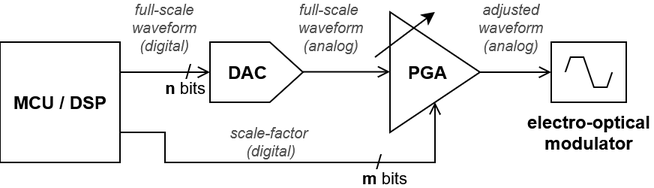
Above: img/dedicated_gain_stage.png in slawomir-niespodziany/sdk_modulator (draw.io), before the change. Source tidied: cells renumbered, new cells last; positions are measured from the earlier drawing's top-left corner, leaving out a move shared by most shapes. The source it was exported from:
```xml
<mxGraphModel>
  <root>
    <mxCell id="0" />
    <mxCell id="1" parent="0" />
    <mxCell id="2" style="verticalLabelPosition=bottom;shadow=0;dashed=0;align=center;html=1;verticalAlign=top;shape=mxgraph.electrical.abstract.dac;" parent="1" vertex="1">
      <mxGeometry x="140" y="20" width="62" height="40" as="geometry" />
    </mxCell>
    <mxCell id="3" style="rounded=0;whiteSpace=wrap;html=1;" parent="1" vertex="1">
      <mxGeometry x="367.5" y="20" width="50" height="40" as="geometry" />
    </mxCell>
    <mxCell id="4" style="edgeStyle=orthogonalEdgeStyle;rounded=0;orthogonalLoop=1;jettySize=auto;html=1;exitX=1;exitY=0.5;exitDx=0;exitDy=0;entryX=0;entryY=0.5;entryDx=0;entryDy=0;endArrow=open;endFill=0;exitPerimeter=0;" parent="1" edge="1">
      <mxGeometry relative="1" as="geometry">
        <mxPoint x="202" y="39.8" as="sourcePoint" />
        <mxPoint x="260" y="39.8" as="targetPoint" />
      </mxGeometry>
    </mxCell>
    <mxCell id="5" value="full-scale&amp;nbsp;&lt;br&gt;&lt;div&gt;waveform&lt;/div&gt;&lt;div&gt;(analog)&lt;/div&gt;" style="edgeLabel;html=1;align=center;verticalAlign=middle;fontStyle=2;fontSize=10;fontColor=#525252;" parent="4" vertex="1">
      <mxGeometry x="-0.09" relative="1" as="geometry">
        <mxPoint x="-9" y="-30" as="offset" />
      </mxGeometry>
    </mxCell>
    <mxCell id="6" style="edgeStyle=orthogonalEdgeStyle;rounded=0;jettySize=auto;html=1;exitX=1;exitY=0.5;exitDx=0;exitDy=0;entryX=0;entryY=0.5;entryDx=0;entryDy=0;endArrow=open;endFill=0;" parent="1" edge="1" source="8" target="3">
      <mxGeometry relative="1" as="geometry" />
    </mxCell>
    <mxCell id="7" value="&lt;div&gt;adjusted&lt;/div&gt;&lt;div&gt;waveform&lt;br&gt;(analog)&lt;/div&gt;" style="edgeLabel;html=1;align=center;verticalAlign=middle;fontStyle=2;fontSize=10;fontColor=#525252;" parent="6" vertex="1">
      <mxGeometry x="0.07" y="-2" relative="1" as="geometry">
        <mxPoint x="-5" y="-32" as="offset" />
      </mxGeometry>
    </mxCell>
    <mxCell id="8" style="triangle;whiteSpace=wrap;html=1;" parent="1" vertex="1">
      <mxGeometry x="260" width="60" height="80" as="geometry" />
    </mxCell>
    <mxCell id="9" style="endArrow=classic;html=1;rounded=0;" parent="1" edge="1">
      <mxGeometry relative="1" as="geometry">
        <mxPoint x="250" y="30" as="sourcePoint" />
        <mxPoint x="290" as="targetPoint" />
      </mxGeometry>
    </mxCell>
    <mxCell id="10" style="verticalLabelPosition=bottom;shadow=0;dashed=0;align=center;html=1;verticalAlign=top;shape=mxgraph.electrical.waveforms.slow_square_wave;" parent="1" vertex="1">
      <mxGeometry x="376.9" y="30" width="31.2" height="20" as="geometry" />
    </mxCell>
    <mxCell id="11" style="edgeStyle=orthogonalEdgeStyle;rounded=0;jettySize=auto;html=1;exitX=1;exitY=0.25;exitDx=0;exitDy=0;entryX=0;entryY=0.5;entryDx=0;entryDy=0;endArrow=open;endFill=0;entryPerimeter=0;" parent="1" edge="1" source="19" target="2">
      <mxGeometry relative="1" as="geometry" />
    </mxCell>
    <mxCell id="12" value="&lt;div&gt;full-scale&lt;/div&gt;&lt;div&gt;waveform&lt;br&gt;(digital)&lt;/div&gt;" style="edgeLabel;html=1;align=center;verticalAlign=middle;fontStyle=2;fontSize=10;fontColor=#525252;" parent="11" vertex="1">
      <mxGeometry x="-0.04" y="2" relative="1" as="geometry">
        <mxPoint y="-28" as="offset" />
      </mxGeometry>
    </mxCell>
    <mxCell id="13" value="n &lt;span style=&quot;font-weight: normal;&quot;&gt;bits&lt;/span&gt;" style="edgeLabel;html=1;align=center;verticalAlign=middle;fontStyle=1;" parent="11" vertex="1">
      <mxGeometry x="0.69" relative="1" as="geometry">
        <mxPoint x="-8" y="10" as="offset" />
      </mxGeometry>
    </mxCell>
    <mxCell id="14" value="&lt;font style=&quot;font-size: 14px;&quot;&gt;/&lt;/font&gt;" style="edgeLabel;html=1;align=center;verticalAlign=middle;labelBackgroundColor=none;" parent="11" vertex="1">
      <mxGeometry x="0.47" y="-1" relative="1" as="geometry">
        <mxPoint y="-2" as="offset" />
      </mxGeometry>
    </mxCell>
    <mxCell id="15" style="edgeStyle=orthogonalEdgeStyle;rounded=0;jettySize=auto;html=1;exitX=1;exitY=0.75;exitDx=0;exitDy=0;entryX=0.5;entryY=1;entryDx=0;entryDy=0;endArrow=open;endFill=0;" parent="1" edge="1" source="19" target="8">
      <mxGeometry relative="1" as="geometry">
        <Array as="points">
          <mxPoint x="110" y="80" />
          <mxPoint x="110" y="100" />
          <mxPoint x="290" y="100" />
        </Array>
      </mxGeometry>
    </mxCell>
    <mxCell id="16" value="&lt;div&gt;scale-factor&amp;nbsp;&lt;/div&gt;&lt;div&gt;(digital)&lt;/div&gt;" style="edgeLabel;html=1;align=center;verticalAlign=middle;fontStyle=2;fontSize=10;fontColor=#525252;" parent="15" vertex="1">
      <mxGeometry x="-0.12" y="-1" relative="1" as="geometry">
        <mxPoint x="1" y="-15" as="offset" />
      </mxGeometry>
    </mxCell>
    <mxCell id="17" value="m &lt;span style=&quot;font-weight: normal;&quot;&gt;bits&lt;/span&gt;" style="edgeLabel;html=1;align=center;verticalAlign=middle;fontStyle=1;" parent="15" vertex="1">
      <mxGeometry x="0.42" relative="1" as="geometry">
        <mxPoint x="5" y="10" as="offset" />
      </mxGeometry>
    </mxCell>
    <mxCell id="18" value="&lt;font style=&quot;font-size: 14px;&quot;&gt;/&lt;/font&gt;" style="edgeLabel;html=1;align=center;verticalAlign=middle;labelBackgroundColor=none;" parent="15" vertex="1">
      <mxGeometry x="0.53" y="1" relative="1" as="geometry">
        <mxPoint x="-15" as="offset" />
      </mxGeometry>
    </mxCell>
    <mxCell id="19" value="MCU / DSP" style="rounded=0;whiteSpace=wrap;html=1;fontStyle=1;" parent="1" vertex="1">
      <mxGeometry y="20" width="80" height="80" as="geometry" />
    </mxCell>
    <mxCell id="20" value="PGA" style="text;html=1;whiteSpace=wrap;strokeColor=none;fillColor=none;align=center;verticalAlign=middle;rounded=0;fontStyle=1;" parent="1" vertex="1">
      <mxGeometry x="260" y="25" width="50" height="30" as="geometry" />
    </mxCell>
    <mxCell id="21" value="&lt;div&gt;electro-optical&lt;/div&gt;&lt;div&gt;modulator&lt;/div&gt;" style="text;html=1;whiteSpace=wrap;strokeColor=none;fillColor=none;align=center;verticalAlign=middle;rounded=0;fontStyle=1;" parent="1" vertex="1">
      <mxGeometry x="350" y="65" width="85" height="30" as="geometry" />
    </mxCell>
    <mxCell id="22" value="DAC" style="text;html=1;whiteSpace=wrap;strokeColor=none;fillColor=none;align=center;verticalAlign=middle;rounded=0;fontStyle=1;" parent="1" vertex="1">
      <mxGeometry x="140" y="25" width="50" height="30" as="geometry" />
    </mxCell>
  </root>
</mxGraphModel>
```
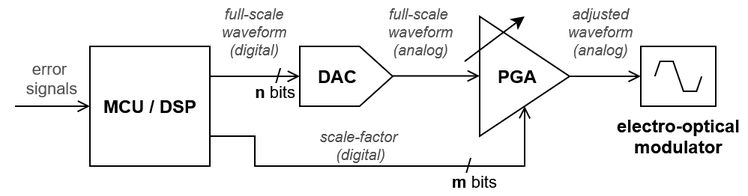
After the commit.

Diff of the diagram source:
```diff
@@ -81,6 +81,16 @@
         <mxPoint x="-15" as="offset" />
       </mxGeometry>
     </mxCell>
+    <mxCell id="23" style="edgeStyle=orthogonalEdgeStyle;rounded=0;jettySize=auto;html=1;exitX=0;exitY=0.5;exitDx=0;exitDy=0;endArrow=none;endFill=0;startArrow=open;startFill=0;" parent="1" edge="1" source="19">
+      <mxGeometry relative="1" as="geometry">
+        <mxPoint x="-50" y="60" as="targetPoint" />
+      </mxGeometry>
+    </mxCell>
+    <mxCell id="24" value="&lt;div&gt;error&amp;nbsp;&lt;/div&gt;&lt;div&gt;signals&lt;/div&gt;" style="edgeLabel;html=1;align=center;verticalAlign=middle;fontColor=#525252;" parent="23" vertex="1">
+      <mxGeometry x="0.19" relative="1" as="geometry">
+        <mxPoint x="3" y="-19" as="offset" />
+      </mxGeometry>
+    </mxCell>
     <mxCell id="19" value="MCU / DSP" style="rounded=0;whiteSpace=wrap;html=1;fontStyle=1;" parent="1" vertex="1">
       <mxGeometry y="20" width="80" height="80" as="geometry" />
     </mxCell>
```
